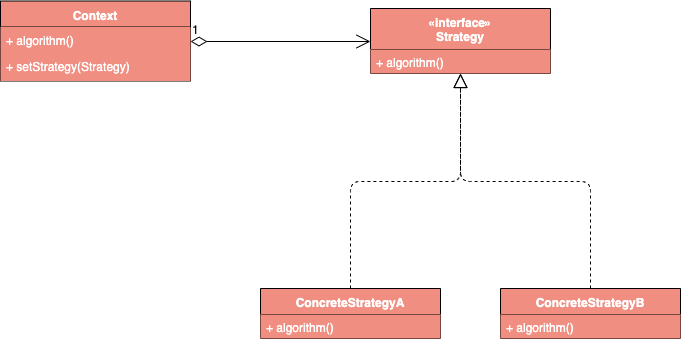
The draw.io diagram docs/drawio/Strategy.png in CodePoem/VDesignPatterns, before a commit. Source tidied: cells renumbered, new cells last; positions are measured from the earlier drawing's top-left corner, leaving out a move shared by most shapes. Its diagram source:
```xml
<mxGraphModel>
  <root>
    <mxCell id="0" />
    <mxCell id="1" parent="0" />
    <mxCell id="2" value="«interface»&#10;Strategy" style="swimlane;fontStyle=1;align=center;verticalAlign=top;horizontal=1;startSize=41;fillColor=#F08E81;fontColor=#FFFFFF;" parent="1" vertex="1">
      <mxGeometry x="370" y="8" width="180" height="65" as="geometry" />
    </mxCell>
    <mxCell id="3" value="+ algorithm()&#10;" style="text;strokeColor=none;fillColor=#F08E81;align=left;verticalAlign=top;spacingLeft=4;spacingRight=4;overflow=hidden;fontColor=#FFFFFF;" parent="2" vertex="1">
      <mxGeometry y="41" width="180" height="24" as="geometry" />
    </mxCell>
    <mxCell id="4" value="ConcreteStrategyA" style="swimlane;fontStyle=1;align=center;verticalAlign=top;horizontal=1;startSize=26;fillColor=#F08E81;fontColor=#FFFFFF;" parent="1" vertex="1">
      <mxGeometry x="260" y="288" width="180" height="50" as="geometry" />
    </mxCell>
    <mxCell id="5" value="+ algorithm()&#10;" style="text;strokeColor=none;fillColor=#F08E81;align=left;verticalAlign=top;spacingLeft=4;spacingRight=4;overflow=hidden;fontColor=#FFFFFF;" parent="4" vertex="1">
      <mxGeometry y="26" width="180" height="24" as="geometry" />
    </mxCell>
    <mxCell id="6" value="ConcreteStrategyB" style="swimlane;fontStyle=1;align=center;verticalAlign=top;horizontal=1;startSize=26;fillColor=#F08E81;fontColor=#FFFFFF;" parent="1" vertex="1">
      <mxGeometry x="500" y="288" width="180" height="50" as="geometry" />
    </mxCell>
    <mxCell id="7" value="+ algorithm()&#10;" style="text;strokeColor=none;fillColor=#F08E81;align=left;verticalAlign=top;spacingLeft=4;spacingRight=4;overflow=hidden;fontColor=#FFFFFF;" parent="6" vertex="1">
      <mxGeometry y="26" width="180" height="24" as="geometry" />
    </mxCell>
    <mxCell id="8" style="endArrow=block;dashed=1;endFill=0;endSize=12;html=1;fontColor=#000000;entryX=0.5;entryY=1;entryDx=0;entryDy=0;exitX=0.5;exitY=0;exitDx=0;exitDy=0;edgeStyle=orthogonalEdgeStyle;" parent="1" edge="1" source="4" target="2">
      <mxGeometry relative="1" as="geometry" />
    </mxCell>
    <mxCell id="9" style="endArrow=block;dashed=1;endFill=0;endSize=12;html=1;fontColor=#000000;entryX=0.5;entryY=1;entryDx=0;entryDy=0;exitX=0.5;exitY=0;exitDx=0;exitDy=0;edgeStyle=orthogonalEdgeStyle;" parent="1" edge="1" source="6" target="2">
      <mxGeometry relative="1" as="geometry" />
    </mxCell>
    <mxCell id="10" value="Context" style="swimlane;fontStyle=1;align=center;verticalAlign=top;horizontal=1;startSize=26;fillColor=#F08E81;fontColor=#FFFFFF;" parent="1" vertex="1">
      <mxGeometry y="0.5" width="190" height="80" as="geometry" />
    </mxCell>
    <mxCell id="11" value="+ algorithm()&#10;" style="text;strokeColor=none;fillColor=#F08E81;align=left;verticalAlign=top;spacingLeft=4;spacingRight=4;overflow=hidden;fontColor=#FFFFFF;" parent="10" vertex="1">
      <mxGeometry y="26" width="190" height="26" as="geometry" />
    </mxCell>
    <mxCell id="12" value="+ setStrategy(Strategy)&#10;" style="text;strokeColor=none;fillColor=#F08E81;align=left;verticalAlign=top;spacingLeft=4;spacingRight=4;overflow=hidden;fontColor=#FFFFFF;" parent="10" vertex="1">
      <mxGeometry y="52" width="190" height="28" as="geometry" />
    </mxCell>
    <mxCell id="13" value="1" style="endArrow=open;html=1;endSize=12;startArrow=diamondThin;startSize=14;startFill=0;edgeStyle=orthogonalEdgeStyle;align=left;verticalAlign=bottom;fontColor=#000000;exitX=1;exitY=0.5;exitDx=0;exitDy=0;entryX=0;entryY=0.5;entryDx=0;entryDy=0;" parent="1" edge="1" source="10" target="2">
      <mxGeometry x="-1" y="3" relative="1" as="geometry" />
    </mxCell>
  </root>
</mxGraphModel>
```
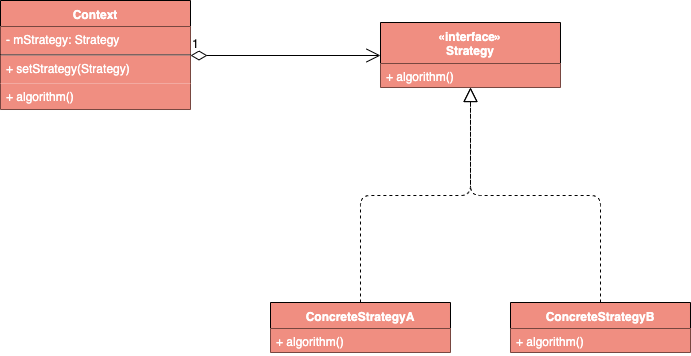
Later version of the same file.

What changed in the source:
```diff
@@ -27,14 +27,20 @@
       <mxGeometry relative="1" as="geometry" />
     </mxCell>
     <mxCell id="10" value="Context" style="swimlane;fontStyle=1;align=center;verticalAlign=top;horizontal=1;startSize=26;fillColor=#F08E81;fontColor=#FFFFFF;" parent="1" vertex="1">
-      <mxGeometry y="0.5" width="190" height="80" as="geometry" />
+      <mxGeometry x="-10" y="-14" width="190" height="109" as="geometry" />
     </mxCell>
+    <mxCell id="14" value="- mStrategy: Strategy&#10;" style="text;strokeColor=none;fillColor=#F08E81;align=left;verticalAlign=top;spacingLeft=4;spacingRight=4;overflow=hidden;fontColor=#FFFFFF;" parent="10" vertex="1">
+      <mxGeometry y="26" width="190" height="28" as="geometry" />
+    </mxCell>
+    <mxCell id="15" style="line;strokeWidth=1;fillColor=none;align=left;verticalAlign=middle;spacingTop=-1;spacingLeft=3;spacingRight=3;labelPosition=right;fontColor=#000000;" parent="10" vertex="1">
+      <mxGeometry y="54" width="190" height="1" as="geometry" />
+    </mxCell>
+    <mxCell id="12" value="+ setStrategy(Strategy)&#10;" style="text;strokeColor=none;fillColor=#F08E81;align=left;verticalAlign=top;spacingLeft=4;spacingRight=4;overflow=hidden;fontColor=#FFFFFF;" parent="10" vertex="1">
+      <mxGeometry y="55" width="190" height="28" as="geometry" />
+    </mxCell>
     <mxCell id="11" value="+ algorithm()&#10;" style="text;strokeColor=none;fillColor=#F08E81;align=left;verticalAlign=top;spacingLeft=4;spacingRight=4;overflow=hidden;fontColor=#FFFFFF;" parent="10" vertex="1">
-      <mxGeometry y="26" width="190" height="26" as="geometry" />
+      <mxGeometry y="83" width="190" height="26" as="geometry" />
     </mxCell>
-    <mxCell id="12" value="+ setStrategy(Strategy)&#10;" style="text;strokeColor=none;fillColor=#F08E81;align=left;verticalAlign=top;spacingLeft=4;spacingRight=4;overflow=hidden;fontColor=#FFFFFF;" parent="10" vertex="1">
-      <mxGeometry y="52" width="190" height="28" as="geometry" />
-    </mxCell>
     <mxCell id="13" value="1" style="endArrow=open;html=1;endSize=12;startArrow=diamondThin;startSize=14;startFill=0;edgeStyle=orthogonalEdgeStyle;align=left;verticalAlign=bottom;fontColor=#000000;exitX=1;exitY=0.5;exitDx=0;exitDy=0;entryX=0;entryY=0.5;entryDx=0;entryDy=0;" parent="1" edge="1" source="10" target="2">
       <mxGeometry x="-1" y="3" relative="1" as="geometry" />
     </mxCell>
```
